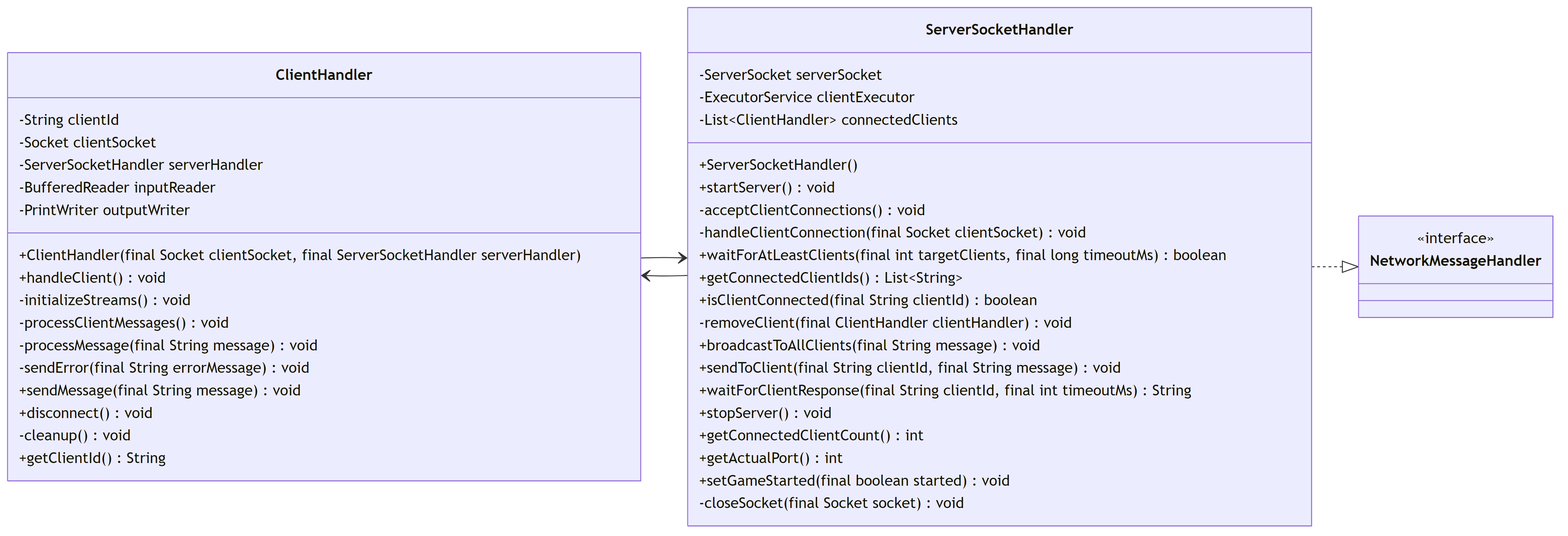
This is docs/diagrams/mermaid/png/network_package.png from bryanseah234/playsplendor, a Mermaid export, as it was before one commit. Its source is kept beside it as docs/diagrams/mermaid/src/network_package.mmd. Source of this version:
```mermaid
classDiagram
    direction LR
    class ClientHandler {
        -String clientId
        -Socket clientSocket
        -ServerSocketHandler serverHandler
        -BufferedReader inputReader
        -PrintWriter outputWriter
        +ClientHandler(final Socket clientSocket, final ServerSocketHandler serverHandler)
        +handleClient() void
        -initializeStreams() void
        -processClientMessages() void
        -processMessage(final String message) void
        -sendError(final String errorMessage) void
        +sendMessage(final String message) void
        +disconnect() void
        -cleanup() void
        +getClientId() String
    }

    class NetworkMessageHandler {
        <<interface>>
    }

    class ServerSocketHandler {
        -ServerSocket serverSocket
        -ExecutorService clientExecutor
        -List~ClientHandler~ connectedClients
        +ServerSocketHandler()
        +startServer() void
        -acceptClientConnections() void
        -handleClientConnection(final Socket clientSocket) void
        +waitForAtLeastClients(final int targetClients, final long timeoutMs) boolean
        +getConnectedClientIds() List~String~
        +isClientConnected(final String clientId) boolean
        -removeClient(final ClientHandler clientHandler) void
        +broadcastToAllClients(final String message) void
        +sendToClient(final String clientId, final String message) void
        +waitForClientResponse(final String clientId, final int timeoutMs) String
        +stopServer() void
        +getConnectedClientCount() int
        +getActualPort() int
        +setGameStarted(final boolean started) void
        -closeSocket(final Socket socket) void
    }

    ServerSocketHandler ..|> NetworkMessageHandler
    ClientHandler --> ServerSocketHandler
    ServerSocketHandler --> ClientHandler
```
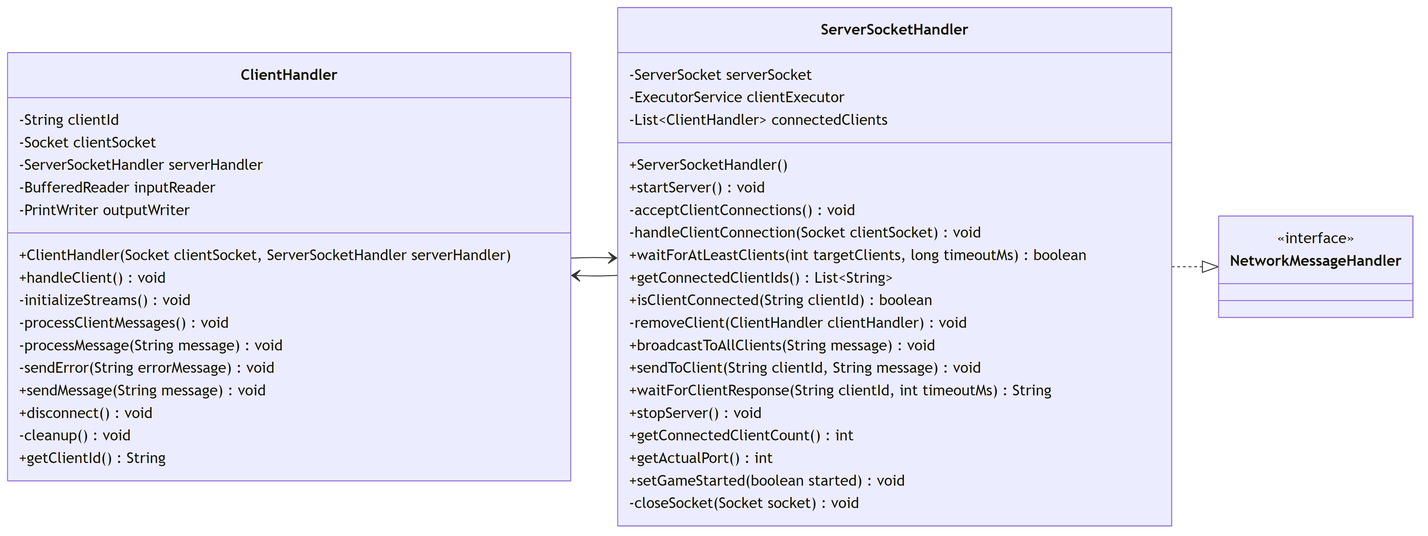
The same diagram one commit later.

Diff of the diagram source:
```diff
@@ -6,13 +6,13 @@
         -ServerSocketHandler serverHandler
         -BufferedReader inputReader
         -PrintWriter outputWriter
-        +ClientHandler(final Socket clientSocket, final ServerSocketHandler serverHandler)
+        +ClientHandler(Socket clientSocket, ServerSocketHandler serverHandler)
         +handleClient() void
         -initializeStreams() void
         -processClientMessages() void
-        -processMessage(final String message) void
-        -sendError(final String errorMessage) void
-        +sendMessage(final String message) void
+        -processMessage(String message) void
+        -sendError(String errorMessage) void
+        +sendMessage(String message) void
         +disconnect() void
         -cleanup() void
         +getClientId() String
@@ -29,19 +29,19 @@
         +ServerSocketHandler()
         +startServer() void
         -acceptClientConnections() void
-        -handleClientConnection(final Socket clientSocket) void
-        +waitForAtLeastClients(final int targetClients, final long timeoutMs) boolean
+        -handleClientConnection(Socket clientSocket) void
+        +waitForAtLeastClients(int targetClients, long timeoutMs) boolean
         +getConnectedClientIds() List~String~
-        +isClientConnected(final String clientId) boolean
-        -removeClient(final ClientHandler clientHandler) void
-        +broadcastToAllClients(final String message) void
-        +sendToClient(final String clientId, final String message) void
-        +waitForClientResponse(final String clientId, final int timeoutMs) String
+        +isClientConnected(String clientId) boolean
+        -removeClient(ClientHandler clientHandler) void
+        +broadcastToAllClients(String message) void
+        +sendToClient(String clientId, String message) void
+        +waitForClientResponse(String clientId, int timeoutMs) String
         +stopServer() void
         +getConnectedClientCount() int
         +getActualPort() int
-        +setGameStarted(final boolean started) void
-        -closeSocket(final Socket socket) void
+        +setGameStarted(boolean started) void
+        -closeSocket(Socket socket) void
     }
 
     ServerSocketHandler ..|> NetworkMessageHandler
```
